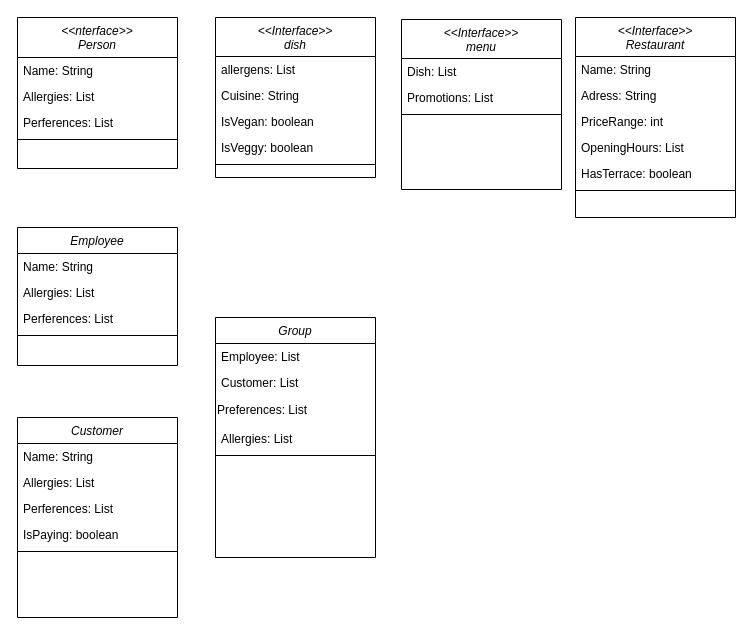
This is Diagrams/Untitled Diagram.drawio from p3rseph0ne/restaurant-guru, a draw.io file, before an edit. Source tidied: cells renumbered, new cells numbered last; positions are measured from the earlier drawing's top-left corner, leaving out a move shared by most shapes. Both pictures are drawn from the tidied source at 100%, with x=0, y=0 at pixel (17, 17).
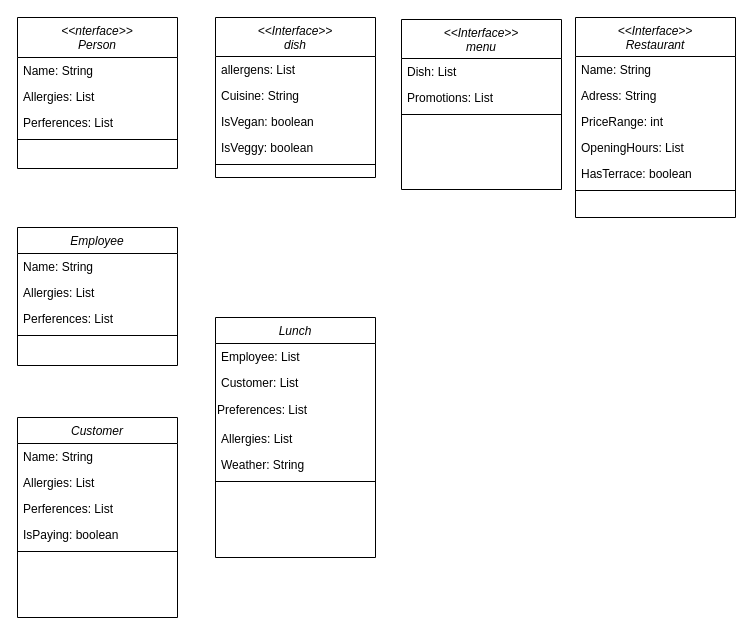
The same diagram, later.

Commit message:
added classes and interfaces

Diff of the diagram source:
```diff
@@
-    <mxCell id="35" value="Group" style="swimlane;fontStyle=2;align=center;verticalAlign=top;horizontal=1;startSize=26;rounded=0;shadow=0;strokeWidth=1;" parent="1" vertex="1">
+    <mxCell id="35" value="Lunch" style="swimlane;fontStyle=2;align=center;verticalAlign=top;horizontal=1;startSize=26;rounded=0;shadow=0;strokeWidth=1;" parent="1" vertex="1">
       <mxGeometry x="198" y="300" width="160" height="240" as="geometry" />
     </mxCell>
@@
+    <mxCell id="41" value="Weather: String" style="text;align=left;verticalAlign=top;spacingLeft=4;spacingRight=4;overflow=hidden;rounded=0;shadow=0;html=0;" parent="35" vertex="1">
+      <mxGeometry y="134" width="160" height="26" as="geometry" />
+    </mxCell>
     <mxCell id="40" style="line;html=1;strokeWidth=1;align=left;verticalAlign=middle;spacingTop=-1;spacingLeft=3;spacingRight=3;labelPosition=right;" parent="35" vertex="1">
-      <mxGeometry y="134" width="160" height="8" as="geometry" />
+      <mxGeometry y="160" width="160" height="8" as="geometry" />
     </mxCell>
```
